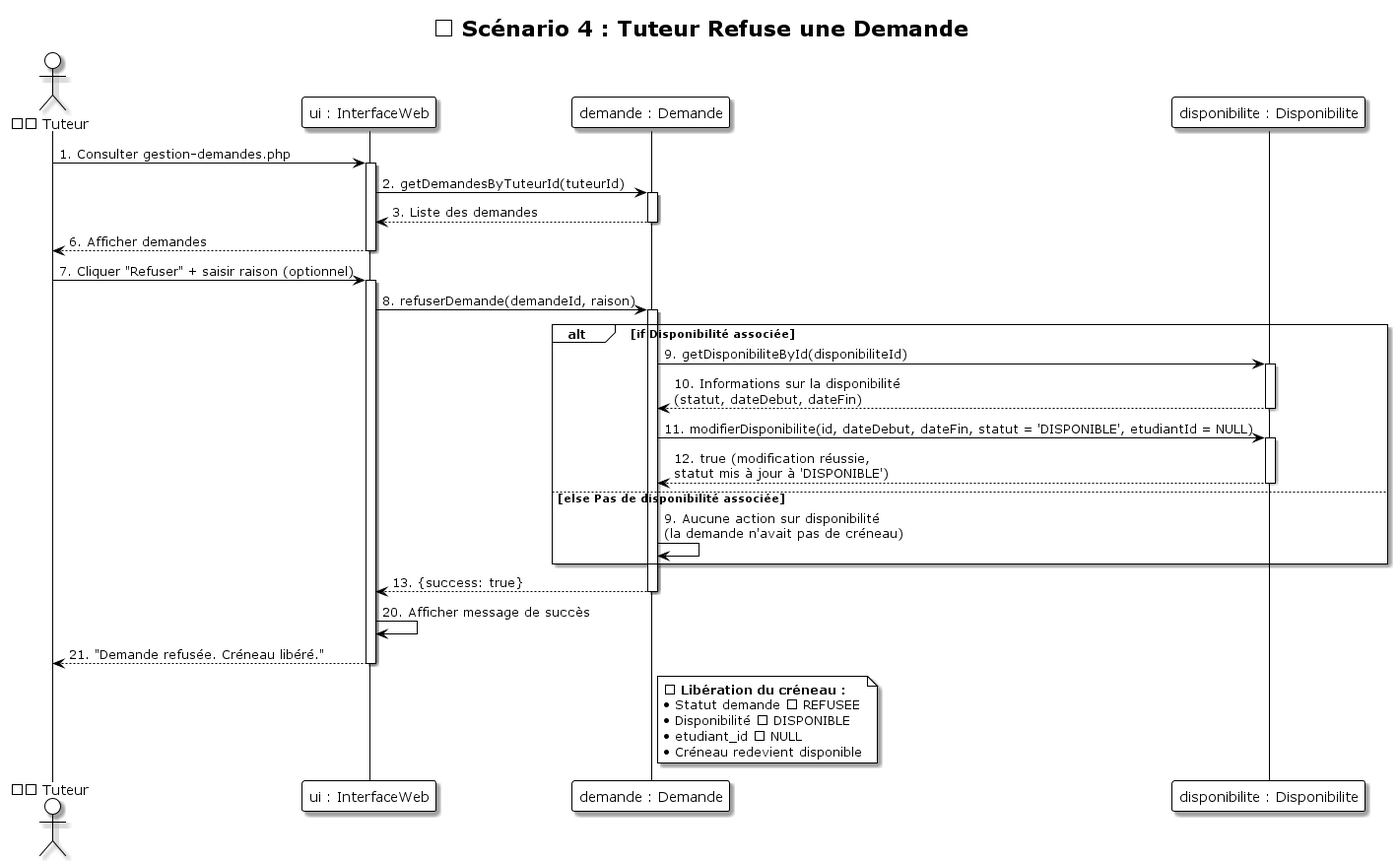
Earlier version of the PlantUML export UML/diagrammes_sequence/Sequence_04_Tuteur_Refuse_Demande.png (LLAbdul/LLAbdul-projet-tutoplus).
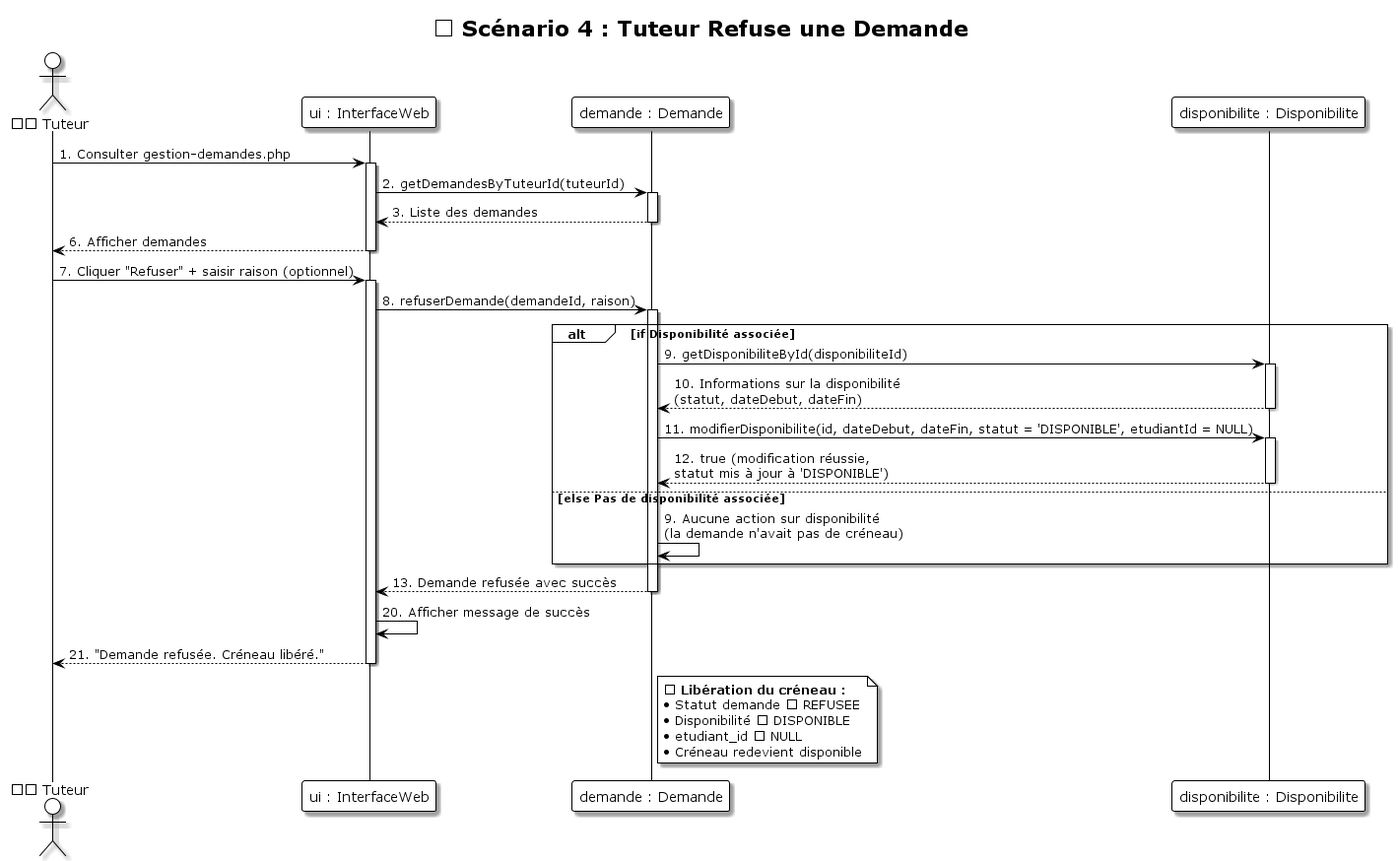
After the change.

Change to the diagram source:
```diff
@@ -38,7 +38,7 @@
     Demande -> Demande: 9. Aucune action sur disponibilité\n(la demande n'avait pas de créneau)
 end
 
-Demande --> UI: 13. {success: true}
+Demande --> UI: 13. Demande refusée avec succès
 deactivate Demande
 
 UI -> UI: 20. Afficher message de succès
```
